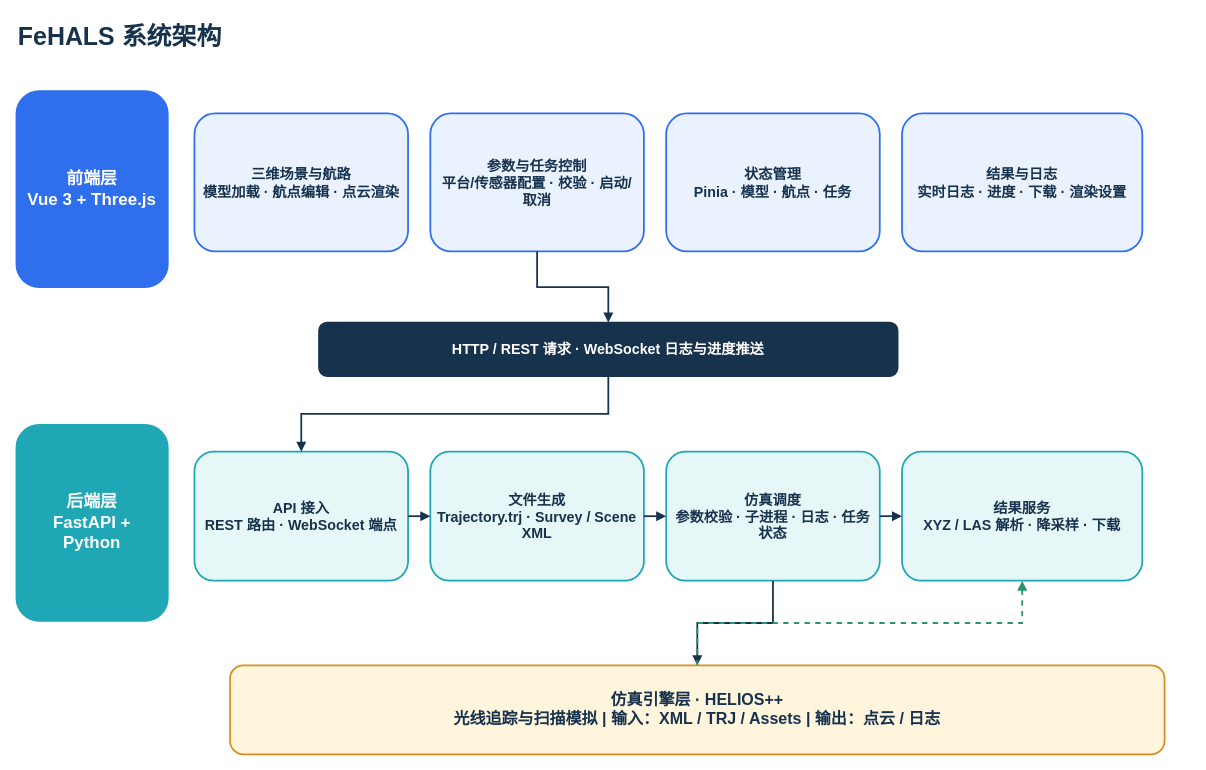
The draw.io diagram doc/figs/src/gernal_fehals_arch.drawio in 2309175724-cyber/FeHALS, before the edit. Source tidied: cells renumbered, new cells numbered last; positions are measured from the earlier drawing's top-left corner, leaving out a move shared by most shapes. Both pictures are drawn from the tidied source at 89%, with x=0, y=0 at pixel (16, 15).
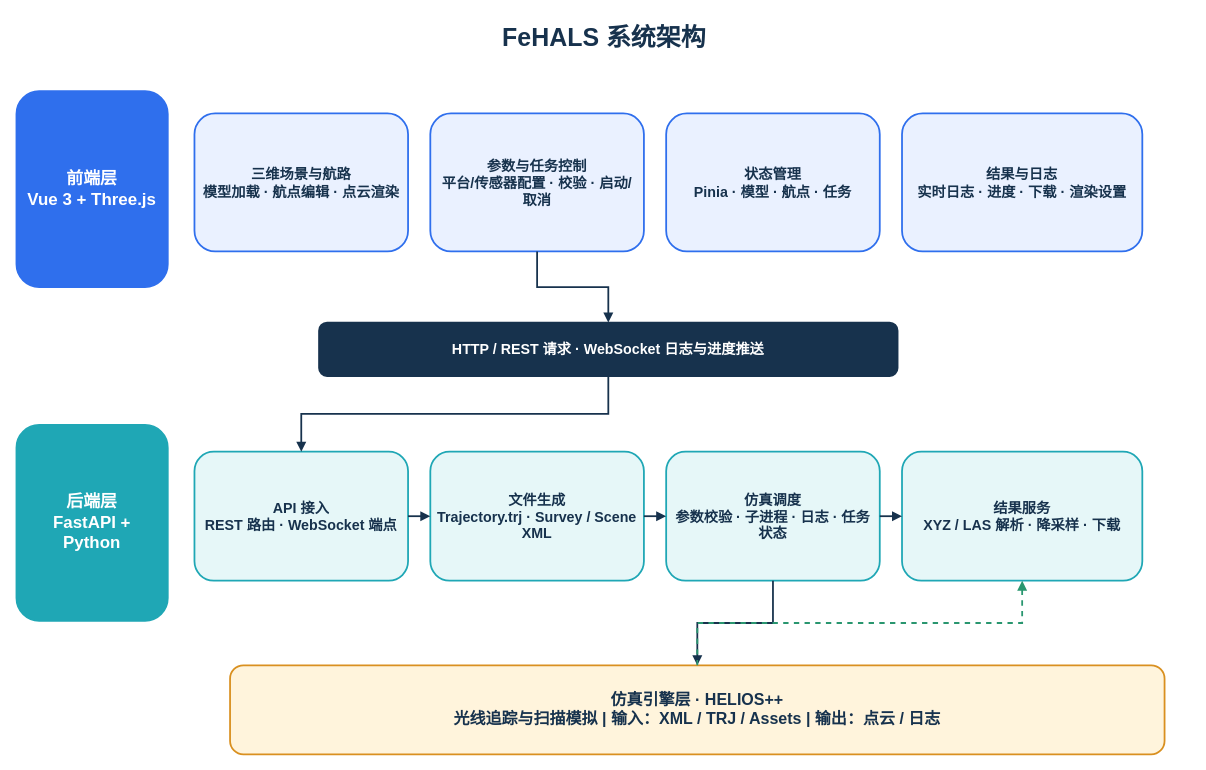
The same page after the edit.

Change to the diagram source:
```diff
@@
-    <mxCell id="2" value="FeHALS 系统架构" style="text;html=1;strokeColor=none;fillColor=none;fontColor=#17324D;fontFamily=Microsoft YaHei;fontSize=28;fontStyle=1;align=left;" parent="1" vertex="1">
+    <mxCell id="2" value="FeHALS 系统架构" style="text;html=1;strokeColor=none;fillColor=none;fontColor=#17324D;fontFamily=Microsoft YaHei;fontSize=28;fontStyle=1;align=center;verticalAlign=middle;" parent="1" vertex="1">
       <mxGeometry width="1320" height="50" as="geometry" />
     </mxCell>
```
